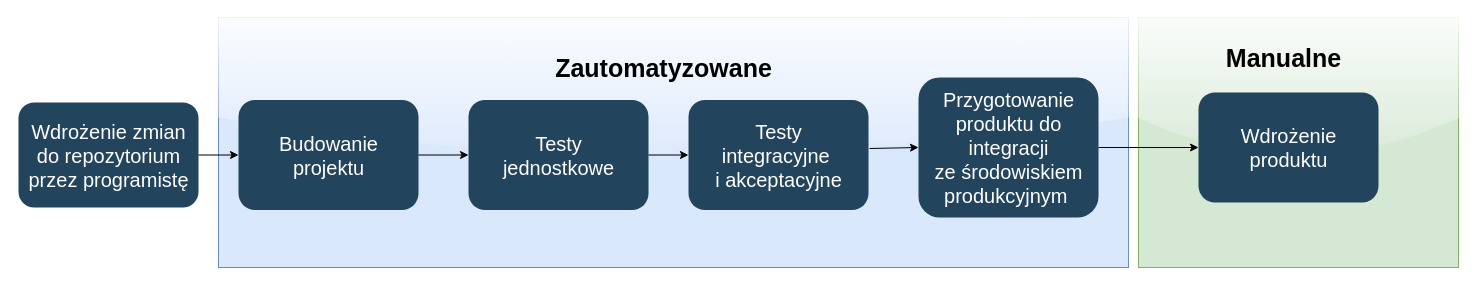
Before: thesis/res/draw.io/CICD.drawio in arokasprz100/Bachelor-thesis, a draw.io diagram. Source tidied: cells renumbered, new cells numbered last; positions are measured from the earlier drawing's top-left corner, leaving out a move shared by most shapes. Both pictures are drawn from the tidied source at 100%, with x=0, y=0 at pixel (18, 17).
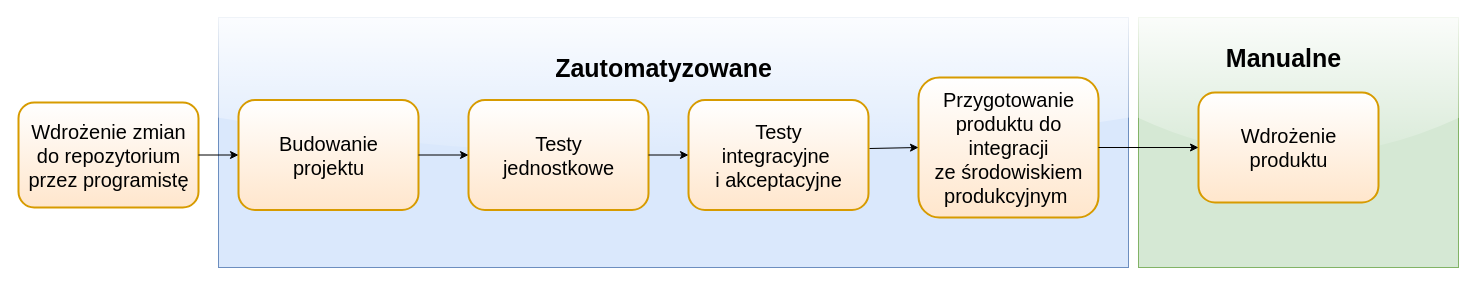
After the change.

The edit, as a diff of the source:
```diff
@@
 <mxGraphModel background="#ffffff">
   <root>
     <mxCell id="0" />
     <mxCell id="1" parent="0" />
     <mxCell id="2" style="rounded=0;whiteSpace=wrap;html=1;glass=1;fillColor=#d5e8d4;strokeColor=#82b366;" parent="1" vertex="1">
       <mxGeometry x="1120" width="320" height="250" as="geometry" />
     </mxCell>
     <mxCell id="3" style="rounded=0;whiteSpace=wrap;html=1;fillColor=#dae8fc;strokeColor=#6c8ebf;glass=1;" parent="1" vertex="1">
       <mxGeometry x="200" width="910" height="250" as="geometry" />
     </mxCell>
-    <mxCell id="4" value="&lt;font color=&quot;#ffffff&quot; style=&quot;font-size: 20px&quot;&gt;Wdrożenie zmian &lt;br&gt;do repozytorium &lt;br&gt;przez programistę&lt;/font&gt;" style="rounded=1;fillColor=#23445D;strokeColor=none;strokeWidth=2;fontFamily=Helvetica;html=1;gradientColor=none;" parent="1" vertex="1">
+    <mxCell id="4" value="&lt;font style=&quot;font-size: 20px&quot;&gt;Wdrożenie zmian &lt;br&gt;do repozytorium &lt;br&gt;przez programistę&lt;/font&gt;" style="rounded=1;fillColor=#ffe6cc;strokeColor=#d79b00;strokeWidth=2;fontFamily=Helvetica;html=1;gradientDirection=north;gradientColor=#ffffff;" parent="1" vertex="1">
       <mxGeometry y="85" width="180" height="105" as="geometry" />
     </mxCell>
-    <mxCell id="5" value="&lt;font style=&quot;font-size: 20px&quot; color=&quot;#ffffff&quot;&gt;Budowanie&lt;br&gt;projektu&lt;/font&gt;" style="rounded=1;fillColor=#23445D;strokeColor=none;strokeWidth=2;fontFamily=Helvetica;html=1;gradientColor=none;" parent="1" vertex="1">
+    <mxCell id="5" value="&lt;font style=&quot;font-size: 20px&quot;&gt;Budowanie&lt;br&gt;projektu&lt;/font&gt;" style="rounded=1;fillColor=#ffe6cc;strokeColor=#d79b00;strokeWidth=2;fontFamily=Helvetica;html=1;gradientDirection=north;gradientColor=#ffffff;" parent="1" vertex="1">
       <mxGeometry x="220" y="82.5" width="180" height="110" as="geometry" />
     </mxCell>
-    <mxCell id="6" value="&lt;font color=&quot;#ffffff&quot;&gt;&lt;span style=&quot;font-size: 20px&quot;&gt;Testy &lt;br&gt;jednostkowe&lt;/span&gt;&lt;/font&gt;" style="rounded=1;fillColor=#23445D;strokeColor=none;strokeWidth=2;fontFamily=Helvetica;html=1;gradientColor=none;" parent="1" vertex="1">
+    <mxCell id="6" value="&lt;font&gt;&lt;span style=&quot;font-size: 20px&quot;&gt;Testy &lt;br&gt;jednostkowe&lt;/span&gt;&lt;/font&gt;" style="rounded=1;fillColor=#ffe6cc;strokeColor=#d79b00;strokeWidth=2;fontFamily=Helvetica;html=1;gradientDirection=north;gradientColor=#ffffff;" parent="1" vertex="1">
       <mxGeometry x="450" y="82.5" width="180" height="110" as="geometry" />
     </mxCell>
-    <mxCell id="7" value="&lt;font color=&quot;#ffffff&quot;&gt;&lt;span style=&quot;font-size: 20px&quot;&gt;Testy &lt;br&gt;integracyjne&amp;nbsp;&lt;br&gt;i akceptacyjne&lt;br&gt;&lt;/span&gt;&lt;/font&gt;" style="rounded=1;fillColor=#23445D;strokeColor=none;strokeWidth=2;fontFamily=Helvetica;html=1;gradientColor=none;" parent="1" vertex="1">
+    <mxCell id="7" value="&lt;font&gt;&lt;span style=&quot;font-size: 20px&quot;&gt;Testy &lt;br&gt;integracyjne&amp;nbsp;&lt;br&gt;i akceptacyjne&lt;br&gt;&lt;/span&gt;&lt;/font&gt;" style="rounded=1;fillColor=#ffe6cc;strokeColor=#d79b00;strokeWidth=2;fontFamily=Helvetica;html=1;gradientDirection=north;gradientColor=#ffffff;" parent="1" vertex="1">
       <mxGeometry x="670" y="82.5" width="180" height="110" as="geometry" />
     </mxCell>
-    <mxCell id="8" value="&lt;font color=&quot;#ffffff&quot;&gt;&lt;span style=&quot;font-size: 20px&quot;&gt;Przygotowanie&lt;br&gt;produktu do &lt;br&gt;integracji &lt;br&gt;ze środowiskiem&lt;br&gt;produkcyjnym&amp;nbsp;&lt;br&gt;&lt;/span&gt;&lt;/font&gt;" style="rounded=1;fillColor=#23445D;strokeColor=none;strokeWidth=2;fontFamily=Helvetica;html=1;gradientColor=none;" parent="1" vertex="1">
+    <mxCell id="8" value="&lt;font&gt;&lt;span style=&quot;font-size: 20px&quot;&gt;Przygotowanie&lt;br&gt;produktu do &lt;br&gt;integracji &lt;br&gt;ze środowiskiem&lt;br&gt;produkcyjnym&amp;nbsp;&lt;br&gt;&lt;/span&gt;&lt;/font&gt;" style="rounded=1;fillColor=#ffe6cc;strokeColor=#d79b00;strokeWidth=2;fontFamily=Helvetica;html=1;gradientDirection=north;gradientColor=#ffffff;" parent="1" vertex="1">
       <mxGeometry x="900" y="60" width="180" height="140" as="geometry" />
     </mxCell>
     <mxCell id="9" style="endArrow=classic;html=1;entryX=0;entryY=0.5;entryDx=0;entryDy=0;exitX=1;exitY=0.5;exitDx=0;exitDy=0;" parent="1" edge="1" source="4" target="5">
       <mxGeometry relative="1" as="geometry" />
     </mxCell>
     <mxCell id="10" style="endArrow=classic;html=1;entryX=0;entryY=0.5;entryDx=0;entryDy=0;exitX=1;exitY=0.5;exitDx=0;exitDy=0;" parent="1" edge="1" source="5" target="6">
       <mxGeometry relative="1" as="geometry" />
     </mxCell>
     <mxCell id="11" style="endArrow=classic;html=1;entryX=0;entryY=0.5;entryDx=0;entryDy=0;exitX=1;exitY=0.5;exitDx=0;exitDy=0;" parent="1" edge="1" source="6" target="7">
       <mxGeometry relative="1" as="geometry" />
     </mxCell>
     <mxCell id="12" style="endArrow=classic;html=1;entryX=0;entryY=0.5;entryDx=0;entryDy=0;exitX=1.006;exitY=0.441;exitDx=0;exitDy=0;exitPerimeter=0;" parent="1" edge="1" source="7" target="8">
       <mxGeometry relative="1" as="geometry" />
     </mxCell>
-    <mxCell id="13" value="&lt;font color=&quot;#ffffff&quot;&gt;&lt;span style=&quot;font-size: 20px&quot;&gt;Wdrożenie &lt;br&gt;produktu&lt;/span&gt;&lt;/font&gt;" style="rounded=1;fillColor=#23445D;strokeColor=none;strokeWidth=2;fontFamily=Helvetica;html=1;gradientColor=none;" parent="1" vertex="1">
+    <mxCell id="13" value="&lt;font&gt;&lt;span style=&quot;font-size: 20px&quot;&gt;Wdrożenie &lt;br&gt;produktu&lt;/span&gt;&lt;/font&gt;" style="rounded=1;fillColor=#ffe6cc;strokeColor=#d79b00;strokeWidth=2;fontFamily=Helvetica;html=1;gradientDirection=north;gradientColor=#ffffff;" parent="1" vertex="1">
       <mxGeometry x="1180" y="75" width="180" height="110" as="geometry" />
     </mxCell>
     <mxCell id="14" style="endArrow=classic;html=1;entryX=0;entryY=0.5;entryDx=0;entryDy=0;exitX=1;exitY=0.5;exitDx=0;exitDy=0;" parent="1" edge="1" source="8" target="13">
       <mxGeometry relative="1" as="geometry" />
     </mxCell>
     <mxCell id="15" value="&lt;b&gt;&lt;font style=&quot;font-size: 25px&quot;&gt;Zautomatyzowane&lt;/font&gt;&lt;/b&gt;" style="text;html=1;align=center;verticalAlign=middle;" parent="1" vertex="1">
       <mxGeometry x="530" y="40" width="230" height="20" as="geometry" />
     </mxCell>
     <mxCell id="16" value="&lt;b&gt;&lt;font style=&quot;font-size: 25px&quot;&gt;Manualne&lt;/font&gt;&lt;/b&gt;" style="text;html=1;align=center;verticalAlign=middle;" parent="1" vertex="1">
       <mxGeometry x="1200" y="30" width="130" height="20" as="geometry" />
     </mxCell>
   </root>
 </mxGraphModel>
```
